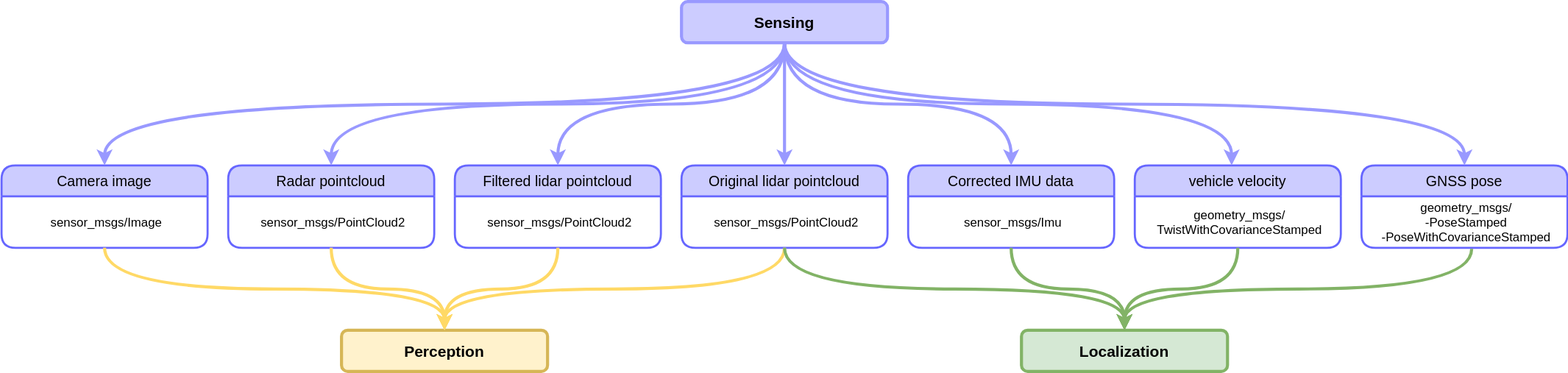
This is docs/design/autoware-interfaces/components/images/Sensing-Bus-ODD-Architecture.drawio.svg from autowarefoundation/autoware-documentation, a draw.io export, as it was before one commit. Source tidied: cells renumbered, new cells last; positions are measured from the earlier drawing's top-left corner, leaving out a move shared by most shapes.
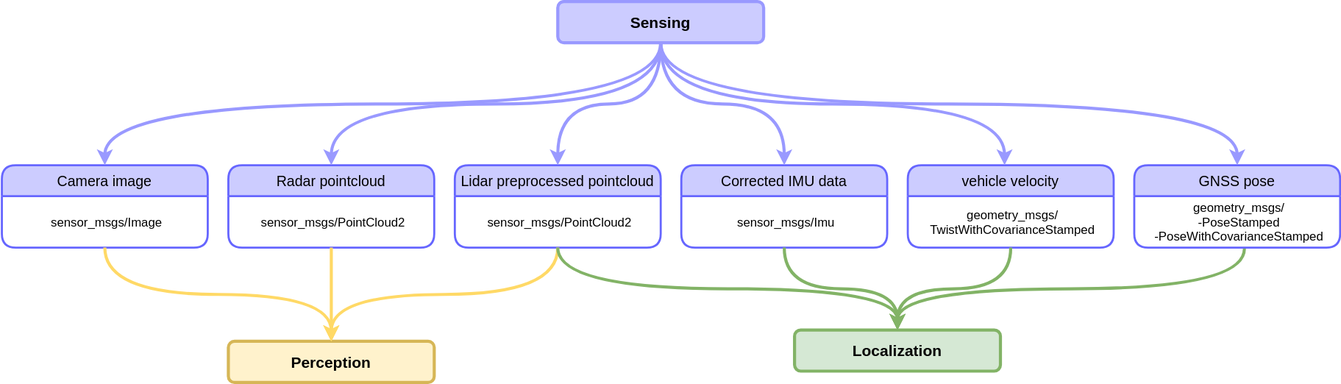
After the commit.

Commit message:
docs(design/autoware-interfaces): fix lidar output

Change to the diagram source:
```diff
@@ -3,9 +3,9 @@
     <mxCell id="0" />
     <mxCell id="1" parent="0" />
     <mxCell id="2" value="Sensing" style="rounded=1;whiteSpace=wrap;html=1;fontSize=15;fontStyle=1;strokeColor=#9999FF;strokeWidth=3;fillColor=#CCCCFF;" parent="1" vertex="1">
-      <mxGeometry x="660" width="200" height="40" as="geometry" />
+      <mxGeometry x="760" width="200" height="40" as="geometry" />
     </mxCell>
-    <mxCell id="3" value="Original lidar pointcloud" style="swimlane;horizontal=1;startSize=30;rounded=1;fontSize=14;fontStyle=0;strokeWidth=2;shadow=0;dashed=0;align=center;fillColor=#CCCCFF;strokeColor=#6666FF;" parent="1" vertex="1">
+    <mxCell id="3" value="Lidar preprocessed pointcloud" style="swimlane;horizontal=1;startSize=30;rounded=1;fontSize=14;fontStyle=0;strokeWidth=2;shadow=0;dashed=0;align=center;fillColor=#CCCCFF;strokeColor=#6666FF;" parent="1" vertex="1">
       <mxGeometry x="660" y="159" width="200" height="80" as="geometry" />
     </mxCell>
     <mxCell id="4" value="sensor_msgs/PointCloud2" style="align=center;strokeColor=none;fillColor=none;spacingLeft=4;fontSize=12;verticalAlign=middle;" parent="3" vertex="1">
@@ -15,7 +15,7 @@
       <mxGeometry relative="1" as="geometry" />
     </mxCell>
     <mxCell id="6" value="Radar pointcloud" style="swimlane;horizontal=1;startSize=30;rounded=1;fontSize=14;fontStyle=0;strokeWidth=2;shadow=0;dashed=0;align=center;fillColor=#CCCCFF;strokeColor=#6666FF;" parent="1" vertex="1">
-      <mxGeometry x="220" y="159" width="200" height="80" as="geometry" />
+      <mxGeometry x="440" y="159" width="200" height="80" as="geometry" />
     </mxCell>
     <mxCell id="7" value="sensor_msgs/PointCloud2" style="align=center;strokeColor=none;fillColor=none;spacingLeft=4;fontSize=12;verticalAlign=middle;" parent="6" vertex="1">
       <mxGeometry y="30" width="200" height="50" as="geometry" />
@@ -45,7 +45,7 @@
       <mxGeometry x="990" y="319" width="200" height="40" as="geometry" />
     </mxCell>
     <mxCell id="16" value="Perception" style="rounded=1;whiteSpace=wrap;html=1;fillColor=#fff2cc;strokeColor=#d6b656;fontSize=15;fontStyle=1;strokeWidth=3;" parent="1" vertex="1">
-      <mxGeometry x="330" y="319" width="200" height="40" as="geometry" />
+      <mxGeometry x="440" y="330" width="200" height="40" as="geometry" />
     </mxCell>
     <mxCell id="17" style="edgeStyle=orthogonalEdgeStyle;curved=1;jettySize=auto;html=1;fontSize=15;strokeWidth=3;fillColor=#FFD966;strokeColor=#FFD966;exitX=0.5;exitY=1;exitDx=0;exitDy=0;entryX=0.5;entryY=0;entryDx=0;entryDy=0;" parent="1" edge="1" source="4" target="16">
       <mxGeometry relative="1" as="geometry" />
@@ -60,7 +60,7 @@
       <mxGeometry relative="1" as="geometry" />
     </mxCell>
     <mxCell id="21" value="Camera image" style="swimlane;horizontal=1;startSize=30;rounded=1;fontSize=14;fontStyle=0;strokeWidth=2;shadow=0;dashed=0;align=center;fillColor=#CCCCFF;strokeColor=#6666FF;" parent="1" vertex="1">
-      <mxGeometry y="159" width="200" height="80" as="geometry" />
+      <mxGeometry x="220" y="159" width="200" height="80" as="geometry" />
     </mxCell>
     <mxCell id="22" value="sensor_msgs/Image" style="align=center;strokeColor=none;fillColor=none;spacingLeft=4;fontSize=12;verticalAlign=middle;" parent="21" vertex="1">
       <mxGeometry y="30" width="200" height="50" as="geometry" />
@@ -71,18 +71,6 @@
     <mxCell id="24" style="edgeStyle=orthogonalEdgeStyle;curved=1;jettySize=auto;html=1;fontSize=15;strokeWidth=3;fillColor=#FFD966;strokeColor=#FFD966;exitX=0.5;exitY=1;exitDx=0;exitDy=0;" parent="1" edge="1" source="22" target="16">
       <mxGeometry relative="1" as="geometry" />
     </mxCell>
-    <mxCell id="25" value="Filtered lidar pointcloud" style="swimlane;horizontal=1;startSize=30;rounded=1;fontSize=14;fontStyle=0;strokeWidth=2;shadow=0;dashed=0;align=center;fillColor=#CCCCFF;strokeColor=#6666FF;" parent="1" vertex="1">
-      <mxGeometry x="440" y="159" width="200" height="80" as="geometry" />
-    </mxCell>
-    <mxCell id="26" value="sensor_msgs/PointCloud2" style="align=center;strokeColor=none;fillColor=none;spacingLeft=4;fontSize=12;verticalAlign=middle;" parent="25" vertex="1">
-      <mxGeometry y="30" width="200" height="50" as="geometry" />
-    </mxCell>
-    <mxCell id="27" style="edgeStyle=orthogonalEdgeStyle;curved=1;jettySize=auto;html=1;fontSize=15;strokeWidth=3;fillColor=#FFD966;strokeColor=#FFD966;exitX=0.5;exitY=1;exitDx=0;exitDy=0;entryX=0.5;entryY=0;entryDx=0;entryDy=0;" parent="1" edge="1" source="26" target="16">
-      <mxGeometry relative="1" as="geometry" />
-    </mxCell>
-    <mxCell id="28" style="edgeStyle=orthogonalEdgeStyle;curved=1;jettySize=auto;html=1;entryX=0.5;entryY=0;entryDx=0;entryDy=0;fontSize=15;strokeWidth=3;fillColor=#b0e3e6;strokeColor=#9999FF;exitX=0.5;exitY=1;exitDx=0;exitDy=0;" parent="1" edge="1" source="2" target="25">
-      <mxGeometry relative="1" as="geometry" />
-    </mxCell>
     <mxCell id="29" value="GNSS pose" style="swimlane;horizontal=1;startSize=30;rounded=1;fontSize=14;fontStyle=0;strokeWidth=2;shadow=0;dashed=0;align=center;fillColor=#CCCCFF;strokeColor=#6666FF;" parent="1" vertex="1">
       <mxGeometry x="1320" y="159" width="200" height="80" as="geometry" />
     </mxCell>
```
